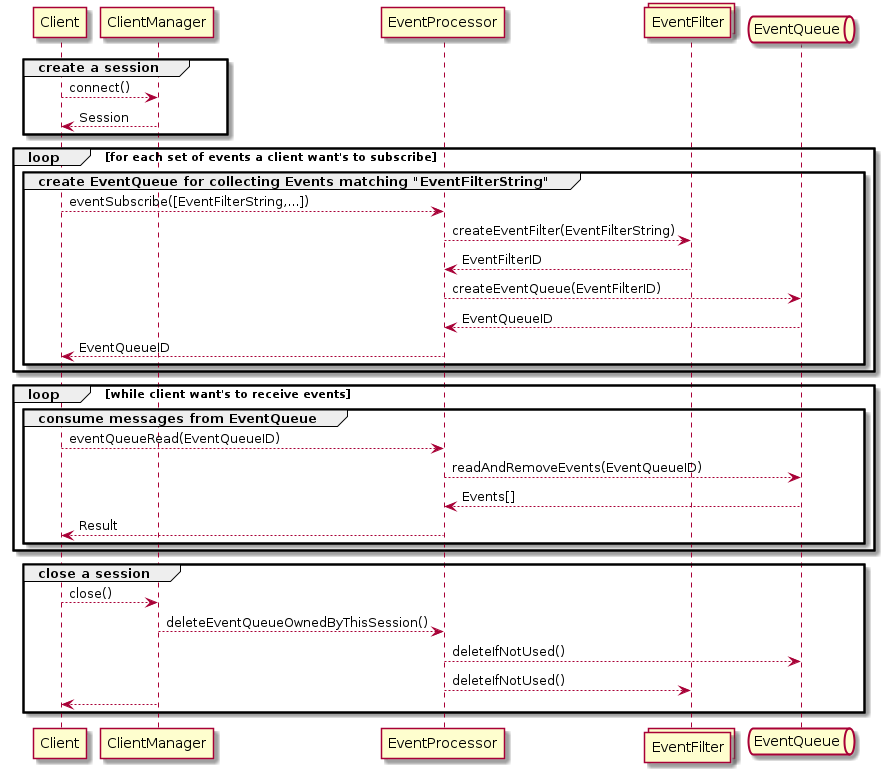
This is doc/images/subscribing_sequence_diagram.png from Elektrobit/elos, a PlantUML export, as it was before one commit. Its diagram source:
```plantuml
@startuml

participant Client
participant ClientManager
participant EventProcessor
collections EventFilter
queue EventQueue


group create a session
  Client --> ClientManager : connect()
  Client <-- ClientManager : Session
end

loop for each set of events a client want's to subscribe
  group create EventQueue for collecting Events matching "EventFilterString"
    Client --> EventProcessor : eventSubscribe([EventFilterString,...])
    EventProcessor --> EventFilter : createEventFilter(EventFilterString)
    EventProcessor <-- EventFilter : EventFilterID
    EventProcessor --> EventQueue : createEventQueue(EventFilterID)
    EventProcessor <-- EventQueue : EventQueueID
    Client <-- EventProcessor : EventQueueID
  end
end

loop while client want's to receive events
  group consume messages from EventQueue
    Client --> EventProcessor : eventQueueRead(EventQueueID)
    EventProcessor --> EventQueue : readAndRemoveEvents(EventQueueID)
    EventProcessor <-- EventQueue : Events[]
    Client <-- EventProcessor : Result
  end
end

group close a session
  Client --> ClientManager : close()
  ClientManager --> EventProcessor : deleteEventQueueOwnedByThisSession()
  EventProcessor --> EventQueue : deleteIfNotUsed()
  EventProcessor --> EventFilter : deleteIfNotUsed()
  Client <-- ClientManager :
end
@enduml
```
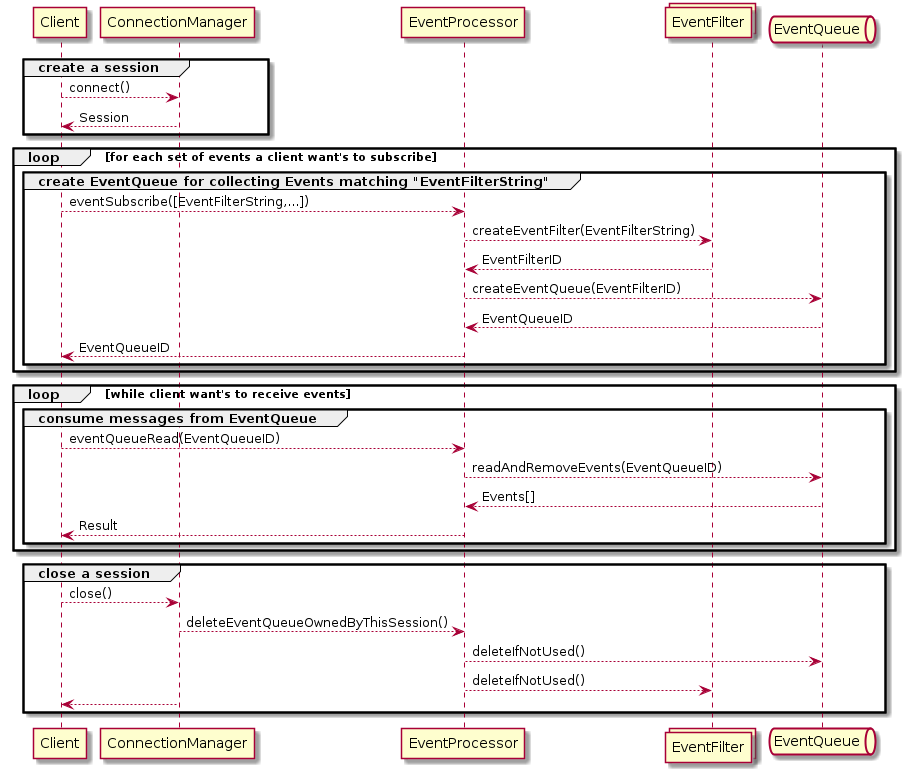
The same file after the commit.

The edit, as a diff of the source:
```diff
@@ -1,15 +1,15 @@
 @startuml
 
 participant Client
-participant ClientManager
+participant ConnectionManager
 participant EventProcessor
 collections EventFilter
 queue EventQueue
 
 
 group create a session
-  Client --> ClientManager : connect()
-  Client <-- ClientManager : Session
+  Client --> ConnectionManager : connect()
+  Client <-- ConnectionManager : Session
 end
 
 loop for each set of events a client want's to subscribe
@@ -33,10 +33,10 @@
 end
 
 group close a session
-  Client --> ClientManager : close()
-  ClientManager --> EventProcessor : deleteEventQueueOwnedByThisSession()
+  Client --> ConnectionManager : close()
+  ConnectionManager --> EventProcessor : deleteEventQueueOwnedByThisSession()
   EventProcessor --> EventQueue : deleteIfNotUsed()
   EventProcessor --> EventFilter : deleteIfNotUsed()
-  Client <-- ClientManager :
+  Client <-- ConnectionManager :
 end
 @enduml
```
